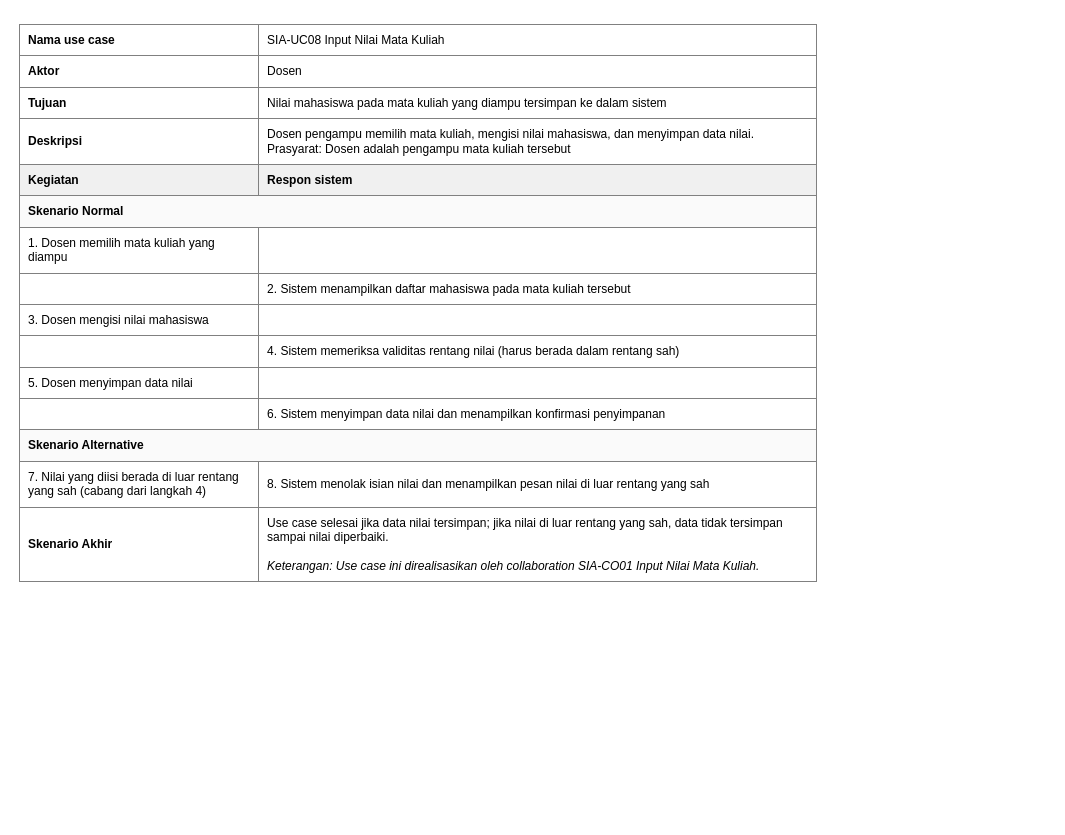
Earlier version of the draw.io diagram page "SIA-UC08" (2 of 7) of 04_Model_Analisis/P05/SIA/P05_2406072_SIA_usecase_v01.drawio (nabilmuhammadramadhan/IFRWP5149_2406072_LabAlat). Source tidied: cells renumbered, new cells numbered last; positions are measured from the earlier drawing's top-left corner, leaving out a move shared by most shapes. Both pictures are drawn from the tidied source at 100%, with x=0, y=0 at pixel (17, 17).
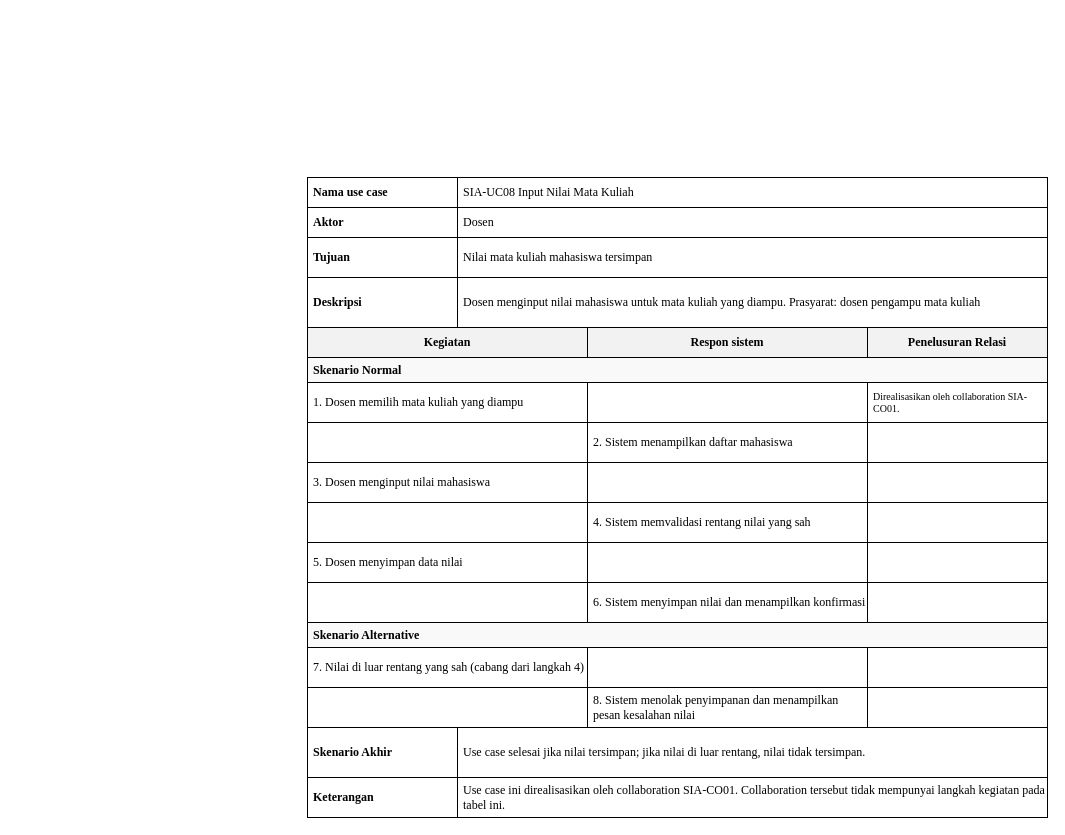
Above is the later version.

The edit, as a diff of the source:
```diff
@@
-    <mxCell id="2" value="&lt;table border=&quot;1&quot; cellpadding=&quot;8&quot; cellspacing=&quot;0&quot; style=&quot;border-collapse:collapse; width:100%; font-family:Arial, sans-serif; font-size:12px;&quot;&gt;     &lt;tbody&gt;&lt;tr&gt;&lt;td width=&quot;30%&quot;&gt;&lt;b&gt;Nama use case&lt;/b&gt;&lt;/td&gt;&lt;td&gt;SIA-UC08 Input Nilai Mata Kuliah&lt;/td&gt;&lt;/tr&gt;     &lt;tr&gt;&lt;td&gt;&lt;b&gt;Aktor&lt;/b&gt;&lt;/td&gt;&lt;td&gt;Dosen&lt;/td&gt;&lt;/tr&gt;     &lt;tr&gt;&lt;td&gt;&lt;b&gt;Tujuan&lt;/b&gt;&lt;/td&gt;&lt;td&gt;Nilai mahasiswa pada mata kuliah yang diampu tersimpan ke dalam sistem&lt;/td&gt;&lt;/tr&gt;     &lt;tr&gt;&lt;td&gt;&lt;b&gt;Deskripsi&lt;/b&gt;&lt;/td&gt;&lt;td&gt;Dosen pengampu memilih mata kuliah, mengisi nilai mahasiswa, dan menyimpan data nilai. Prasyarat: Dosen adalah pengampu mata kuliah tersebut&lt;/td&gt;&lt;/tr&gt;     &lt;tr style=&quot;background-color:#f0f0f0;&quot;&gt;&lt;td&gt;&lt;b&gt;Kegiatan&lt;/b&gt;&lt;/td&gt;&lt;td&gt;&lt;b&gt;Respon sistem&lt;/b&gt;&lt;/td&gt;&lt;/tr&gt;     &lt;tr style=&quot;background-color:#fafafa;&quot;&gt;&lt;td colspan=&quot;2&quot;&gt;&lt;b&gt;Skenario Normal&lt;/b&gt;&lt;/td&gt;&lt;/tr&gt;     &lt;tr&gt;&lt;td&gt;1. Dosen memilih mata kuliah yang diampu&lt;/td&gt;&lt;td&gt;&lt;/td&gt;&lt;/tr&gt;     &lt;tr&gt;&lt;td&gt;&lt;/td&gt;&lt;td&gt;2. Sistem menampilkan daftar mahasiswa pada mata kuliah tersebut&lt;/td&gt;&lt;/tr&gt;     &lt;tr&gt;&lt;td&gt;3. Dosen mengisi nilai mahasiswa&lt;/td&gt;&lt;td&gt;&lt;/td&gt;&lt;/tr&gt;     &lt;tr&gt;&lt;td&gt;&lt;/td&gt;&lt;td&gt;4. Sistem memeriksa validitas rentang nilai (harus berada dalam rentang sah)&lt;/td&gt;&lt;/tr&gt;     &lt;tr&gt;&lt;td&gt;5. Dosen menyimpan data nilai&lt;/td&gt;&lt;td&gt;&lt;/td&gt;&lt;/tr&gt;     &lt;tr&gt;&lt;td&gt;&lt;/td&gt;&lt;td&gt;6. Sistem menyimpan data nilai dan menampilkan konfirmasi penyimpanan&lt;/td&gt;&lt;/tr&gt;     &lt;tr style=&quot;background-color:#fafafa;&quot;&gt;&lt;td colspan=&quot;2&quot;&gt;&lt;b&gt;Skenario Alternative&lt;/b&gt;&lt;/td&gt;&lt;/tr&gt;     &lt;tr&gt;&lt;td&gt;7. Nilai yang diisi berada di luar rentang yang sah (cabang dari langkah 4)&lt;/td&gt;&lt;td&gt;8. Sistem menolak isian nilai dan menampilkan pesan nilai di luar rentang yang sah&lt;/td&gt;&lt;/tr&gt;     &lt;tr&gt;&lt;td&gt;&lt;b&gt;Skenario Akhir&lt;/b&gt;&lt;/td&gt;&lt;td&gt;Use case selesai jika data nilai tersimpan; jika nilai di luar rentang yang sah, data tidak tersimpan sampai nilai diperbaiki.&lt;br&gt;&lt;br&gt;&lt;i&gt;Keterangan: Use case ini direalisasikan oleh collaboration SIA-CO01 Input Nilai Mata Kuliah.&lt;/i&gt;&lt;/td&gt;&lt;/tr&gt;     &lt;/tbody&gt;&lt;/table&gt;" style="text;html=1;whiteSpace=wrap;fontColor=default;" parent="1" vertex="1">
-      <mxGeometry width="800" height="600" as="geometry" />
-    </mxCell>
+    <mxCell id="3" value="Nama use case" style="rounded=0;whiteSpace=wrap;html=1;align=left;verticalAlign=middle;spacingLeft=4;fontFamily=Times New Roman;fontSize=12;strokeColor=#000000;fillColor=#FFFFFF;fontStyle=1;" parent="1" vertex="1">
+      <mxGeometry x="290" y="160" width="150" height="30" as="geometry" />
+    </mxCell>
+    <mxCell id="4" value="SIA-UC08 Input Nilai Mata Kuliah" style="rounded=0;whiteSpace=wrap;html=1;align=left;verticalAlign=middle;spacingLeft=4;fontFamily=Times New Roman;fontSize=12;strokeColor=#000000;fillColor=#FFFFFF;" parent="1" vertex="1">
+      <mxGeometry x="440" y="160" width="590" height="30" as="geometry" />
+    </mxCell>
+    <mxCell id="5" value="Aktor" style="rounded=0;whiteSpace=wrap;html=1;align=left;verticalAlign=middle;spacingLeft=4;fontFamily=Times New Roman;fontSize=12;strokeColor=#000000;fillColor=#FFFFFF;fontStyle=1;" parent="1" vertex="1">
+      <mxGeometry x="290" y="190" width="150" height="30" as="geometry" />
+    </mxCell>
+    <mxCell id="6" value="Dosen" style="rounded=0;whiteSpace=wrap;html=1;align=left;verticalAlign=middle;spacingLeft=4;fontFamily=Times New Roman;fontSize=12;strokeColor=#000000;fillColor=#FFFFFF;" parent="1" vertex="1">
+      <mxGeometry x="440" y="190" width="590" height="30" as="geometry" />
+    </mxCell>
+    <mxCell id="7" value="Tujuan" style="rounded=0;whiteSpace=wrap;html=1;align=left;verticalAlign=middle;spacingLeft=4;fontFamily=Times New Roman;fontSize=12;strokeColor=#000000;fillColor=#FFFFFF;fontStyle=1;" parent="1" vertex="1">
+      <mxGeometry x="290" y="220" width="150" height="40" as="geometry" />
+    </mxCell>
+    <mxCell id="8" value="Nilai mata kuliah mahasiswa tersimpan" style="rounded=0;whiteSpace=wrap;html=1;align=left;verticalAlign=middle;spacingLeft=4;fontFamily=Times New Roman;fontSize=12;strokeColor=#000000;fillColor=#FFFFFF;" parent="1" vertex="1">
+      <mxGeometry x="440" y="220" width="590" height="40" as="geometry" />
+    </mxCell>
+    <mxCell id="9" value="Deskripsi" style="rounded=0;whiteSpace=wrap;html=1;align=left;verticalAlign=middle;spacingLeft=4;fontFamily=Times New Roman;fontSize=12;strokeColor=#000000;fillColor=#FFFFFF;fontStyle=1;" parent="1" vertex="1">
+      <mxGeometry x="290" y="260" width="150" height="50" as="geometry" />
+    </mxCell>
+    <mxCell id="10" value="Dosen menginput nilai mahasiswa untuk mata kuliah yang diampu. Prasyarat: dosen pengampu mata kuliah" style="rounded=0;whiteSpace=wrap;html=1;align=left;verticalAlign=middle;spacingLeft=4;fontFamily=Times New Roman;fontSize=12;strokeColor=#000000;fillColor=#FFFFFF;" parent="1" vertex="1">
+      <mxGeometry x="440" y="260" width="590" height="50" as="geometry" />
+    </mxCell>
+    <mxCell id="11" value="Kegiatan" style="rounded=0;whiteSpace=wrap;html=1;align=center;verticalAlign=middle;fontFamily=Times New Roman;fontSize=12;strokeColor=#000000;fillColor=#F2F2F2;fontStyle=1;" parent="1" vertex="1">
+      <mxGeometry x="290" y="310" width="280" height="30" as="geometry" />
+    </mxCell>
+    <mxCell id="12" value="Respon sistem" style="rounded=0;whiteSpace=wrap;html=1;align=center;verticalAlign=middle;fontFamily=Times New Roman;fontSize=12;strokeColor=#000000;fillColor=#F2F2F2;fontStyle=1;" parent="1" vertex="1">
+      <mxGeometry x="570" y="310" width="280" height="30" as="geometry" />
+    </mxCell>
+    <mxCell id="13" value="Penelusuran Relasi" style="rounded=0;whiteSpace=wrap;html=1;align=center;verticalAlign=middle;fontFamily=Times New Roman;fontSize=12;strokeColor=#000000;fillColor=#F2F2F2;fontStyle=1;" parent="1" vertex="1">
+      <mxGeometry x="850" y="310" width="180" height="30" as="geometry" />
+    </mxCell>
+    <mxCell id="14" value="Skenario Normal" style="rounded=0;whiteSpace=wrap;html=1;align=left;verticalAlign=middle;spacingLeft=4;fontFamily=Times New Roman;fontSize=12;strokeColor=#000000;fillColor=#F9F9F9;fontStyle=1;" parent="1" vertex="1">
+      <mxGeometry x="290" y="340" width="740" height="25" as="geometry" />
+    </mxCell>
+    <mxCell id="15" value="1. Dosen memilih mata kuliah yang diampu" style="rounded=0;whiteSpace=wrap;html=1;align=left;verticalAlign=middle;spacingLeft=4;fontFamily=Times New Roman;fontSize=12;strokeColor=#000000;fillColor=#FFFFFF;" parent="1" vertex="1">
+      <mxGeometry x="290" y="365" width="280" height="40" as="geometry" />
+    </mxCell>
+    <mxCell id="16" style="rounded=0;whiteSpace=wrap;html=1;align=left;verticalAlign=middle;spacingLeft=4;fontFamily=Times New Roman;fontSize=12;strokeColor=#000000;fillColor=#FFFFFF;" parent="1" vertex="1">
+      <mxGeometry x="570" y="365" width="280" height="40" as="geometry" />
+    </mxCell>
+    <mxCell id="17" value="Direalisasikan oleh collaboration SIA-CO01." style="rounded=0;whiteSpace=wrap;html=1;align=left;verticalAlign=middle;spacingLeft=4;fontFamily=Times New Roman;fontSize=10;strokeColor=#000000;fillColor=#FFFFFF;" parent="1" vertex="1">
+      <mxGeometry x="850" y="365" width="180" height="40" as="geometry" />
+    </mxCell>
+    <mxCell id="18" style="rounded=0;whiteSpace=wrap;html=1;align=left;verticalAlign=middle;spacingLeft=4;fontFamily=Times New Roman;fontSize=12;strokeColor=#000000;fillColor=#FFFFFF;" parent="1" vertex="1">
+      <mxGeometry x="290" y="405" width="280" height="40" as="geometry" />
+    </mxCell>
+    <mxCell id="19" value="2. Sistem menampilkan daftar mahasiswa" style="rounded=0;whiteSpace=wrap;html=1;align=left;verticalAlign=middle;spacingLeft=4;fontFamily=Times New Roman;fontSize=12;strokeColor=#000000;fillColor=#FFFFFF;" parent="1" vertex="1">
+      <mxGeometry x="570" y="405" width="280" height="40" as="geometry" />
+    </mxCell>
+    <mxCell id="20" style="rounded=0;whiteSpace=wrap;html=1;align=left;verticalAlign=middle;spacingLeft=4;fontFamily=Times New Roman;fontSize=10;strokeColor=#000000;fillColor=#FFFFFF;" parent="1" vertex="1">
+      <mxGeometry x="850" y="405" width="180" height="40" as="geometry" />
+    </mxCell>
+    <mxCell id="21" value="3. Dosen menginput nilai mahasiswa" style="rounded=0;whiteSpace=wrap;html=1;align=left;verticalAlign=middle;spacingLeft=4;fontFamily=Times New Roman;fontSize=12;strokeColor=#000000;fillColor=#FFFFFF;" parent="1" vertex="1">
+      <mxGeometry x="290" y="445" width="280" height="40" as="geometry" />
+    </mxCell>
+    <mxCell id="22" style="rounded=0;whiteSpace=wrap;html=1;align=left;verticalAlign=middle;spacingLeft=4;fontFamily=Times New Roman;fontSize=12;strokeColor=#000000;fillColor=#FFFFFF;" parent="1" vertex="1">
+      <mxGeometry x="570" y="445" width="280" height="40" as="geometry" />
+    </mxCell>
+    <mxCell id="23" style="rounded=0;whiteSpace=wrap;html=1;align=left;verticalAlign=middle;spacingLeft=4;fontFamily=Times New Roman;fontSize=10;strokeColor=#000000;fillColor=#FFFFFF;" parent="1" vertex="1">
+      <mxGeometry x="850" y="445" width="180" height="40" as="geometry" />
+    </mxCell>
+    <mxCell id="24" style="rounded=0;whiteSpace=wrap;html=1;align=left;verticalAlign=middle;spacingLeft=4;fontFamily=Times New Roman;fontSize=12;strokeColor=#000000;fillColor=#FFFFFF;" parent="1" vertex="1">
+      <mxGeometry x="290" y="485" width="280" height="40" as="geometry" />
+    </mxCell>
+    <mxCell id="25" value="4. Sistem memvalidasi rentang nilai yang sah" style="rounded=0;whiteSpace=wrap;html=1;align=left;verticalAlign=middle;spacingLeft=4;fontFamily=Times New Roman;fontSize=12;strokeColor=#000000;fillColor=#FFFFFF;" parent="1" vertex="1">
+      <mxGeometry x="570" y="485" width="280" height="40" as="geometry" />
+    </mxCell>
+    <mxCell id="26" style="rounded=0;whiteSpace=wrap;html=1;align=left;verticalAlign=middle;spacingLeft=4;fontFamily=Times New Roman;fontSize=10;strokeColor=#000000;fillColor=#FFFFFF;" parent="1" vertex="1">
+      <mxGeometry x="850" y="485" width="180" height="40" as="geometry" />
+    </mxCell>
+    <mxCell id="27" value="5. Dosen menyimpan data nilai" style="rounded=0;whiteSpace=wrap;html=1;align=left;verticalAlign=middle;spacingLeft=4;fontFamily=Times New Roman;fontSize=12;strokeColor=#000000;fillColor=#FFFFFF;" parent="1" vertex="1">
+      <mxGeometry x="290" y="525" width="280" height="40" as="geometry" />
+    </mxCell>
+    <mxCell id="28" style="rounded=0;whiteSpace=wrap;html=1;align=left;verticalAlign=middle;spacingLeft=4;fontFamily=Times New Roman;fontSize=12;strokeColor=#000000;fillColor=#FFFFFF;" parent="1" vertex="1">
+      <mxGeometry x="570" y="525" width="280" height="40" as="geometry" />
+    </mxCell>
+    <mxCell id="29" style="rounded=0;whiteSpace=wrap;html=1;align=left;verticalAlign=middle;spacingLeft=4;fontFamily=Times New Roman;fontSize=10;strokeColor=#000000;fillColor=#FFFFFF;" parent="1" vertex="1">
+      <mxGeometry x="850" y="525" width="180" height="40" as="geometry" />
+    </mxCell>
+    <mxCell id="30" style="rounded=0;whiteSpace=wrap;html=1;align=left;verticalAlign=middle;spacingLeft=4;fontFamily=Times New Roman;fontSize=12;strokeColor=#000000;fillColor=#FFFFFF;" parent="1" vertex="1">
+      <mxGeometry x="290" y="565" width="280" height="40" as="geometry" />
+    </mxCell>
+    <mxCell id="31" value="6. Sistem menyimpan nilai dan menampilkan konfirmasi" style="rounded=0;whiteSpace=wrap;html=1;align=left;verticalAlign=middle;spacingLeft=4;fontFamily=Times New Roman;fontSize=12;strokeColor=#000000;fillColor=#FFFFFF;" parent="1" vertex="1">
+      <mxGeometry x="570" y="565" width="280" height="40" as="geometry" />
+    </mxCell>
+    <mxCell id="32" style="rounded=0;whiteSpace=wrap;html=1;align=left;verticalAlign=middle;spacingLeft=4;fontFamily=Times New Roman;fontSize=10;strokeColor=#000000;fillColor=#FFFFFF;" parent="1" vertex="1">
+      <mxGeometry x="850" y="565" width="180" height="40" as="geometry" />
+    </mxCell>
+    <mxCell id="33" value="Skenario Alternative" style="rounded=0;whiteSpace=wrap;html=1;align=left;verticalAlign=middle;spacingLeft=4;fontFamily=Times New Roman;fontSize=12;strokeColor=#000000;fillColor=#F9F9F9;fontStyle=1;" parent="1" vertex="1">
+      <mxGeometry x="290" y="605" width="740" height="25" as="geometry" />
+    </mxCell>
+    <mxCell id="34" value="7. Nilai di luar rentang yang sah (cabang dari langkah 4)" style="rounded=0;whiteSpace=wrap;html=1;align=left;verticalAlign=middle;spacingLeft=4;fontFamily=Times New Roman;fontSize=12;strokeColor=#000000;fillColor=#FFFFFF;" parent="1" vertex="1">
+      <mxGeometry x="290" y="630" width="280" height="40" as="geometry" />
+    </mxCell>
+    <mxCell id="35" style="rounded=0;whiteSpace=wrap;html=1;align=left;verticalAlign=middle;spacingLeft=4;fontFamily=Times New Roman;fontSize=12;strokeColor=#000000;fillColor=#FFFFFF;" parent="1" vertex="1">
+      <mxGeometry x="570" y="630" width="280" height="40" as="geometry" />
+    </mxCell>
+    <mxCell id="36" style="rounded=0;whiteSpace=wrap;html=1;align=left;verticalAlign=middle;spacingLeft=4;fontFamily=Times New Roman;fontSize=10;strokeColor=#000000;fillColor=#FFFFFF;" parent="1" vertex="1">
+      <mxGeometry x="850" y="630" width="180" height="40" as="geometry" />
+    </mxCell>
+    <mxCell id="37" style="rounded=0;whiteSpace=wrap;html=1;align=left;verticalAlign=middle;spacingLeft=4;fontFamily=Times New Roman;fontSize=12;strokeColor=#000000;fillColor=#FFFFFF;" parent="1" vertex="1">
+      <mxGeometry x="290" y="670" width="280" height="40" as="geometry" />
+    </mxCell>
+    <mxCell id="38" value="8. Sistem menolak penyimpanan dan menampilkan pesan kesalahan nilai" style="rounded=0;whiteSpace=wrap;html=1;align=left;verticalAlign=middle;spacingLeft=4;fontFamily=Times New Roman;fontSize=12;strokeColor=#000000;fillColor=#FFFFFF;" parent="1" vertex="1">
+      <mxGeometry x="570" y="670" width="280" height="40" as="geometry" />
+    </mxCell>
+    <mxCell id="39" style="rounded=0;whiteSpace=wrap;html=1;align=left;verticalAlign=middle;spacingLeft=4;fontFamily=Times New Roman;fontSize=10;strokeColor=#000000;fillColor=#FFFFFF;" parent="1" vertex="1">
+      <mxGeometry x="850" y="670" width="180" height="40" as="geometry" />
+    </mxCell>
+    <mxCell id="40" value="Skenario Akhir" style="rounded=0;whiteSpace=wrap;html=1;align=left;verticalAlign=middle;spacingLeft=4;fontFamily=Times New Roman;fontSize=12;strokeColor=#000000;fillColor=#FFFFFF;fontStyle=1;" parent="1" vertex="1">
+      <mxGeometry x="290" y="710" width="150" height="50" as="geometry" />
+    </mxCell>
+    <mxCell id="41" value="Use case selesai jika nilai tersimpan; jika nilai di luar rentang, nilai tidak tersimpan." style="rounded=0;whiteSpace=wrap;html=1;align=left;verticalAlign=middle;spacingLeft=4;fontFamily=Times New Roman;fontSize=12;strokeColor=#000000;fillColor=#FFFFFF;" parent="1" vertex="1">
+      <mxGeometry x="440" y="710" width="590" height="50" as="geometry" />
+    </mxCell>
+    <mxCell id="42" value="Keterangan" style="rounded=0;whiteSpace=wrap;html=1;align=left;verticalAlign=middle;spacingLeft=4;fontFamily=Times New Roman;fontSize=12;strokeColor=#000000;fillColor=#FFFFFF;fontStyle=1;" parent="1" vertex="1">
+      <mxGeometry x="290" y="760" width="150" height="40" as="geometry" />
+    </mxCell>
+    <mxCell id="43" value="Use case ini direalisasikan oleh collaboration SIA-CO01. Collaboration tersebut tidak mempunyai langkah kegiatan pada tabel ini." style="rounded=0;whiteSpace=wrap;html=1;align=left;verticalAlign=middle;spacingLeft=4;fontFamily=Times New Roman;fontSize=12;strokeColor=#000000;fillColor=#FFFFFF;" parent="1" vertex="1">
+      <mxGeometry x="440" y="760" width="590" height="40" as="geometry" />
+    </mxCell>
```
